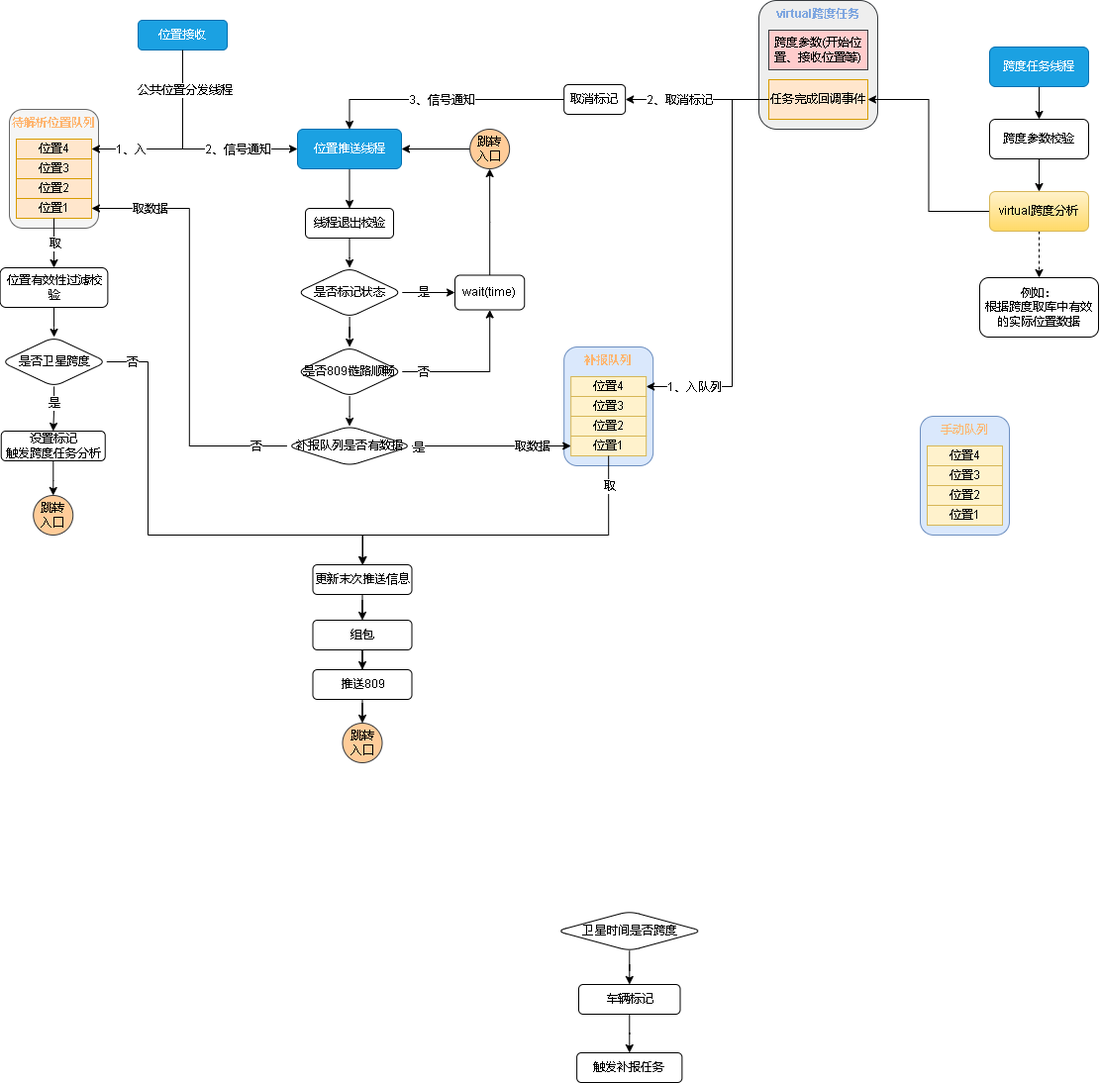
Earlier version of the draw.io export 809数据跨度.drawio.png (xktder/draw). Source tidied: cells renumbered, new cells last; positions are measured from the earlier drawing's top-left corner, leaving out a move shared by most shapes.
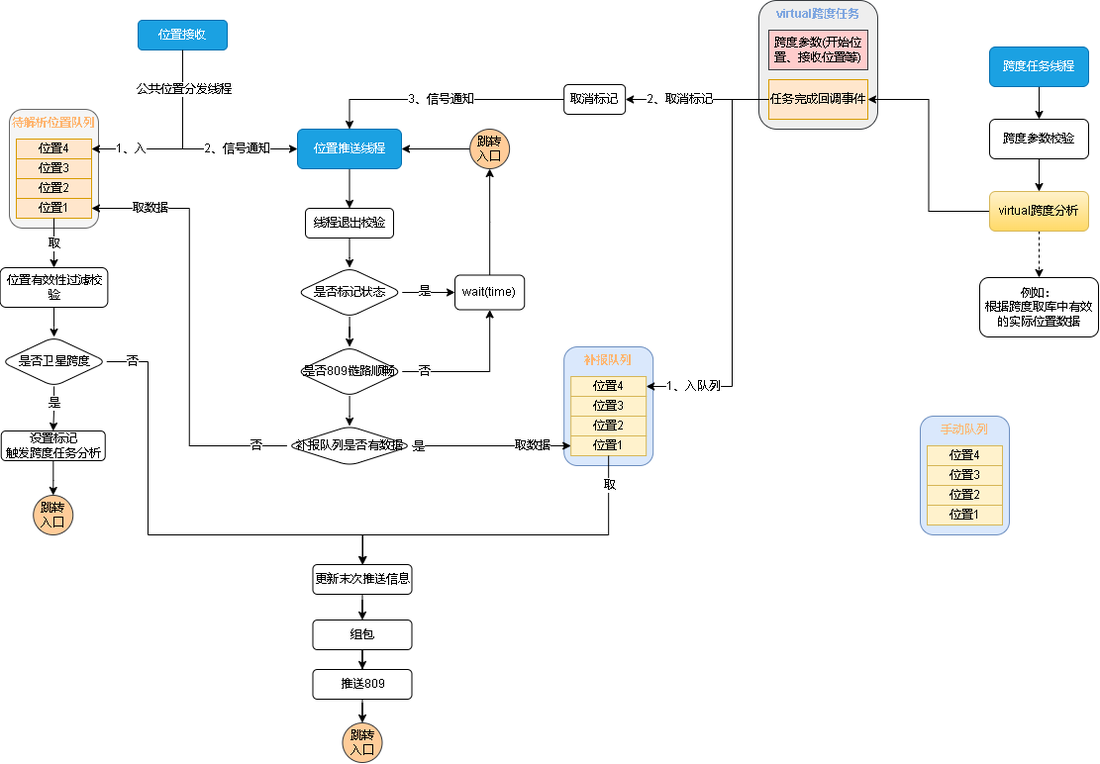
After the commit.

Commit message:
更新809数据跨度.drawio.png

What changed in the source:
```diff
@@ -18,21 +18,6 @@
     <mxCell id="4" value="位置接收" style="rounded=1;whiteSpace=wrap;html=1;fillColor=#1ba1e2;fontColor=#ffffff;strokeColor=#006EAF;" parent="1" vertex="1">
       <mxGeometry x="139" y="20" width="90" height="30" as="geometry" />
     </mxCell>
-    <mxCell id="5" style="edgeStyle=orthogonalEdgeStyle;rounded=0;jettySize=auto;html=1;" parent="1" edge="1" source="6" target="8">
-      <mxGeometry relative="1" as="geometry" />
-    </mxCell>
-    <mxCell id="6" value="卫星时间是否跨度" style="rhombus;whiteSpace=wrap;html=1;rounded=1;" parent="1" vertex="1">
-      <mxGeometry x="561.5" y="920" width="147.5" height="40" as="geometry" />
-    </mxCell>
-    <mxCell id="7" style="edgeStyle=orthogonalEdgeStyle;rounded=0;jettySize=auto;html=1;" parent="1" edge="1" source="8" target="9">
-      <mxGeometry relative="1" as="geometry" />
-    </mxCell>
-    <mxCell id="8" value="车辆标记" style="whiteSpace=wrap;html=1;rounded=1;" parent="1" vertex="1">
-      <mxGeometry x="584" y="994" width="102.5" height="30" as="geometry" />
-    </mxCell>
-    <mxCell id="9" value="触发补报任务" style="whiteSpace=wrap;html=1;rounded=1;" parent="1" vertex="1">
-      <mxGeometry x="582.1" y="1063" width="106.2" height="30" as="geometry" />
-    </mxCell>
     <mxCell id="10" style="group;" parent="1" vertex="1">
       <mxGeometry x="9" y="110" width="90" height="120" as="geometry" />
     </mxCell>
```
